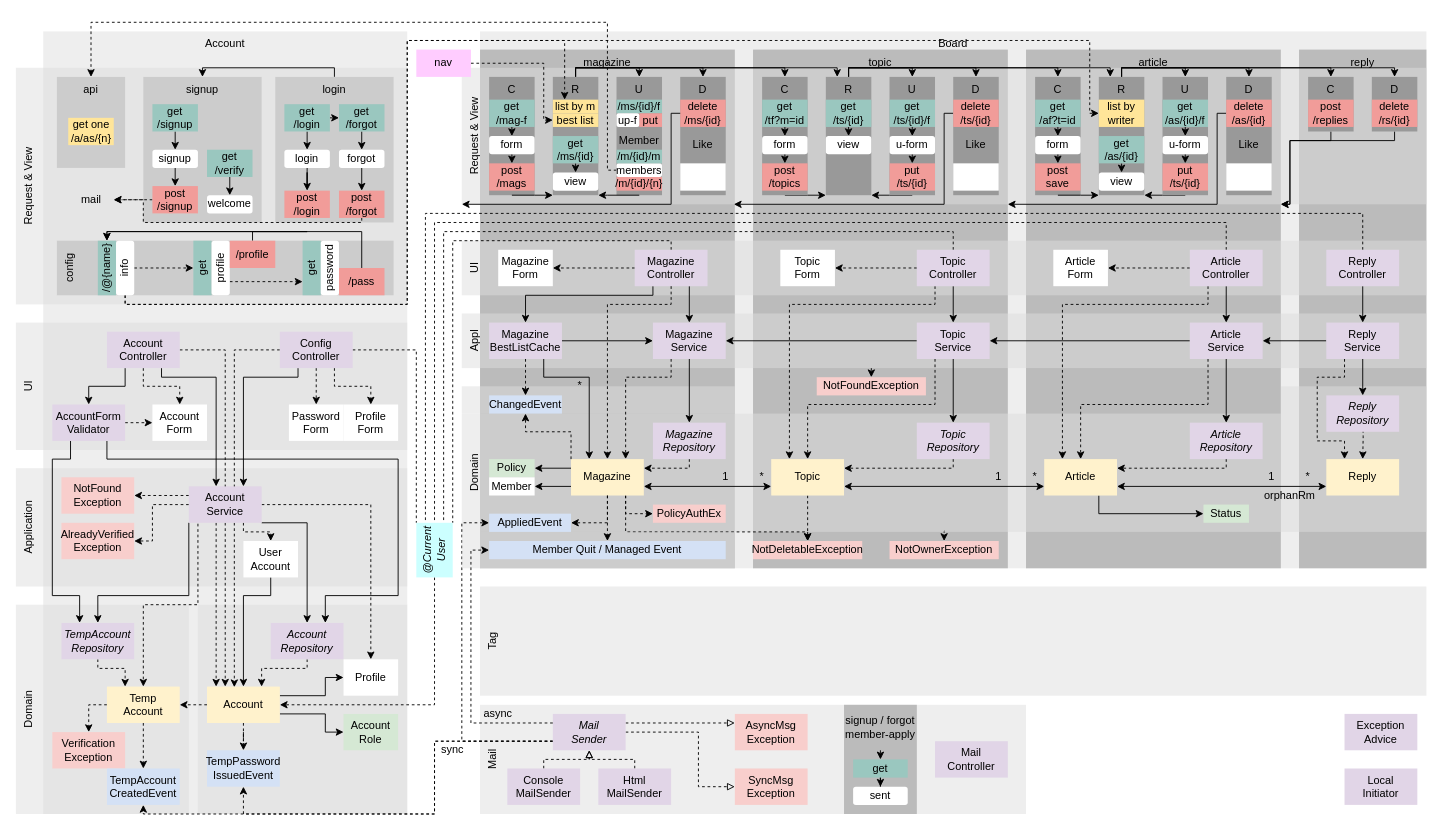
Before: diagram.drawio in suloginscene/dinner, a draw.io diagram. Source tidied: cells renumbered, new cells numbered last; positions are measured from the earlier drawing's top-left corner, leaving out a move shared by most shapes. Both pictures are drawn from the tidied source at 91%, with x=0, y=0 at pixel (15, 22).
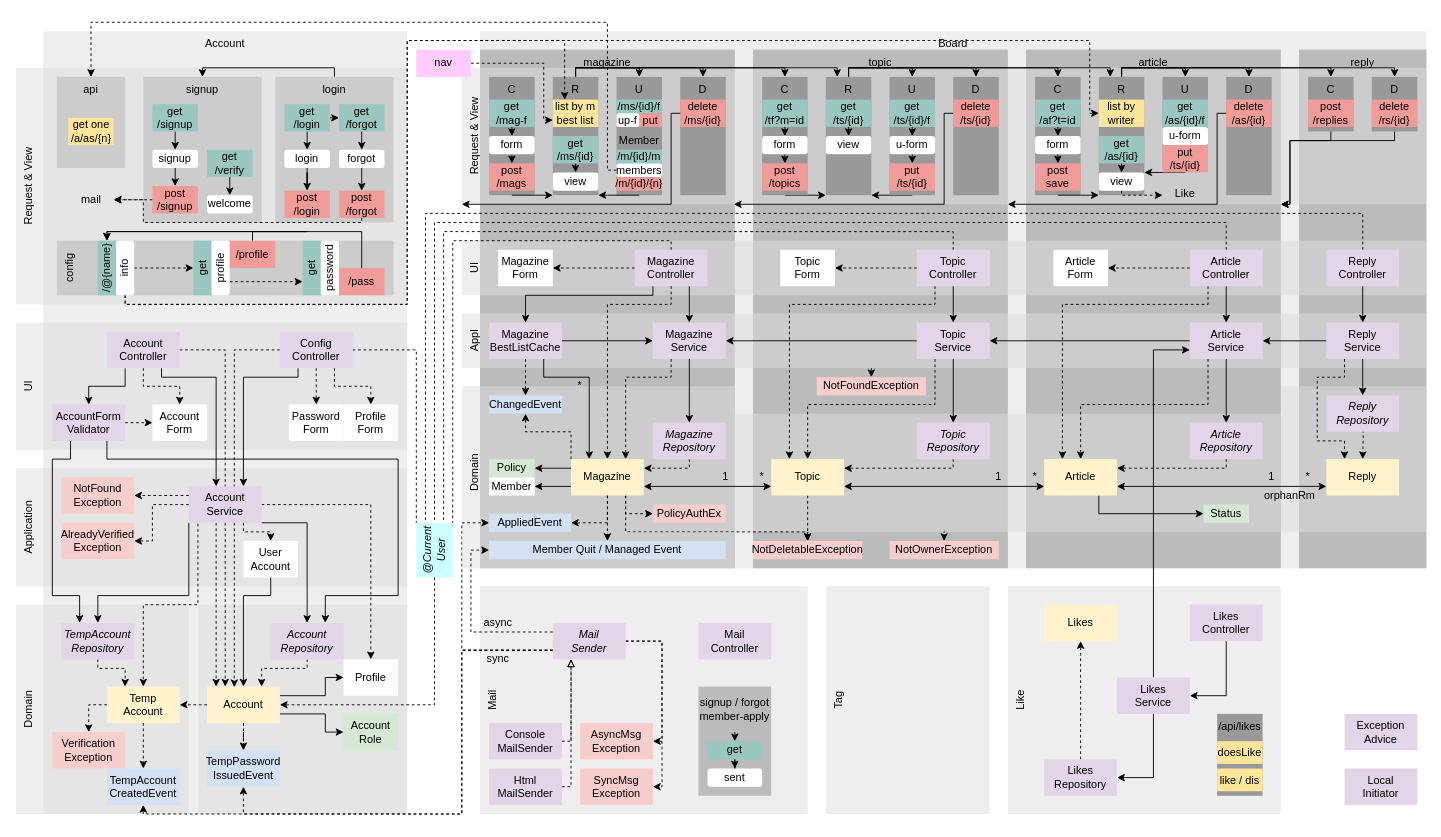
After the change.

The change refers to these unchanged cells:
```xml
<mxCell id="173" value="Article&lt;br&gt;Service" style="rounded=0;whiteSpace=wrap;html=1;strokeColor=none;fillColor=#E1D5E7;" parent="1" vertex="1">
  <mxGeometry x="1290" y="330" width="80" height="40" as="geometry" />
</mxCell>
<mxCell id="221" value="R" style="rounded=0;whiteSpace=wrap;html=1;verticalAlign=top;strokeColor=none;fillColor=#999999;" parent="1" vertex="1">
  <mxGeometry x="1190" y="60" width="50" height="130" as="geometry" />
</mxCell>
<mxCell id="224" value="view" style="rounded=1;whiteSpace=wrap;html=1;strokeColor=none;" parent="1" vertex="1">
  <mxGeometry x="1190" y="165" width="50" height="20" as="geometry" />
</mxCell>
<mxCell id="275" value="TempPassword&lt;br&gt;IssuedEvent" style="rounded=0;whiteSpace=wrap;html=1;strokeColor=none;fillColor=#D4E1F5;" parent="1" vertex="1">
  <mxGeometry x="210" y="800" width="80" height="40" as="geometry" />
</mxCell>
<mxCell id="276" value="TempAccount&lt;br&gt;CreatedEvent" style="rounded=0;whiteSpace=wrap;html=1;strokeColor=none;fillColor=#D4E1F5;" parent="1" vertex="1">
  <mxGeometry x="100" y="820" width="80" height="40" as="geometry" />
</mxCell>
<mxCell id="310" value="AppliedEvent" style="rounded=0;whiteSpace=wrap;html=1;strokeColor=none;fillColor=#D4E1F5;" parent="1" vertex="1">
  <mxGeometry x="520" y="540" width="90" height="20" as="geometry" />
</mxCell>
<mxCell id="312" value="Member Quit / Managed Event" style="rounded=0;whiteSpace=wrap;html=1;strokeColor=none;fillColor=#D4E1F5;" parent="1" vertex="1">
  <mxGeometry x="520" y="570" width="260" height="20" as="geometry" />
</mxCell>
```

What changed in the source:
```diff
@@
     <mxCell id="4" value="Mail" style="rounded=0;whiteSpace=wrap;html=1;verticalAlign=top;fillColor=#EEEEEE;strokeColor=none;horizontal=0;" parent="1" vertex="1">
-      <mxGeometry x="510" y="750" width="600" height="120" as="geometry" />
+      <mxGeometry x="510" y="620" width="360" height="250" as="geometry" />
     </mxCell>
@@
     <mxCell id="55" style="rounded=0;whiteSpace=wrap;html=1;verticalAlign=top;strokeColor=none;fillColor=#BBBBBB;" parent="1" vertex="1">
-      <mxGeometry x="910" y="750" width="80" height="120" as="geometry" />
+      <mxGeometry x="750" y="730" width="80" height="120" as="geometry" />
     </mxCell>
@@
     <mxCell id="62" value="get" style="rounded=0;whiteSpace=wrap;html=1;strokeColor=none;fillColor=#9AC7BF;" parent="1" vertex="1">
-      <mxGeometry x="920" y="810" width="60" height="20" as="geometry" />
+      <mxGeometry x="760" y="790" width="60" height="20" as="geometry" />
     </mxCell>
@@
     <mxCell id="67" value="sent" style="rounded=1;whiteSpace=wrap;html=1;strokeColor=none;" parent="1" vertex="1">
-      <mxGeometry x="920" y="840" width="60" height="20" as="geometry" />
+      <mxGeometry x="760" y="820" width="60" height="20" as="geometry" />
     </mxCell>
@@
-    <mxCell id="105" value="Like" style="rounded=1;whiteSpace=wrap;html=1;strokeColor=none;fillColor=none;" parent="1" vertex="1">
-      <mxGeometry x="730" y="125" width="50" height="20" as="geometry" />
-    </mxCell>
@@
-    <mxCell id="107" style="rounded=0;whiteSpace=wrap;html=1;fontStyle=0;strokeColor=none;" parent="1" vertex="1">
-      <mxGeometry x="730" y="155" width="50" height="30" as="geometry" />
-    </mxCell>
@@
     <mxCell id="121" value="Tag" style="rounded=0;whiteSpace=wrap;html=1;verticalAlign=top;fillColor=#EEEEEE;strokeColor=none;horizontal=0;" parent="1" vertex="1">
-      <mxGeometry x="510" y="620" width="1040" height="120" as="geometry" />
+      <mxGeometry x="890" y="620" width="180" height="250" as="geometry" />
     </mxCell>
@@
-    <mxCell id="144" style="endArrow=block;html=1;endFill=0;edgeStyle=orthogonalEdgeStyle;endSize=6;rounded=0;entryX=0.5;entryY=1;entryDx=0;entryDy=0;dashed=1;exitX=0.5;exitY=0;exitDx=0;exitDy=0;" parent="1" edge="1" source="283" target="282">
+    <mxCell id="144" style="endArrow=block;html=1;endFill=0;edgeStyle=orthogonalEdgeStyle;endSize=6;rounded=0;entryX=0.25;entryY=1;entryDx=0;entryDy=0;dashed=1;exitX=1;exitY=0.5;exitDx=0;exitDy=0;" parent="1" edge="1" source="283" target="282">
       <mxGeometry relative="1" as="geometry">
         <Array as="points">
-          <mxPoint x="580" y="810" />
-          <mxPoint x="630" y="810" />
+          <mxPoint x="610" y="790" />
         </Array>
       </mxGeometry>
     </mxCell>
@@
-    <mxCell id="202" value="Like" style="rounded=1;whiteSpace=wrap;html=1;strokeColor=none;fillColor=none;" parent="1" vertex="1">
-      <mxGeometry x="1030" y="125" width="50" height="20" as="geometry" />
-    </mxCell>
-    <mxCell id="203" style="rounded=0;whiteSpace=wrap;html=1;fontStyle=0;strokeColor=none;" parent="1" vertex="1">
-      <mxGeometry x="1030" y="155" width="50" height="30" as="geometry" />
-    </mxCell>
@@
+    <mxCell id="325" style="edgeStyle=orthogonalEdgeStyle;rounded=0;jettySize=auto;html=1;exitX=0.5;exitY=1;exitDx=0;exitDy=0;dashed=1;endArrow=classic;endFill=1;" parent="1" edge="1" source="224" target="338">
+      <mxGeometry relative="1" as="geometry">
+        <Array as="points">
+          <mxPoint x="1215" y="190" />
+        </Array>
+      </mxGeometry>
+    </mxCell>
@@
-    <mxCell id="228" value="Like" style="rounded=1;whiteSpace=wrap;html=1;strokeColor=none;fillColor=none;" parent="1" vertex="1">
-      <mxGeometry x="1330" y="125" width="50" height="20" as="geometry" />
-    </mxCell>
-    <mxCell id="229" style="rounded=0;whiteSpace=wrap;html=1;fontStyle=0;strokeColor=none;" parent="1" vertex="1">
-      <mxGeometry x="1330" y="155" width="50" height="30" as="geometry" />
-    </mxCell>
-    <mxCell id="230" style="edgeStyle=orthogonalEdgeStyle;rounded=0;jettySize=auto;html=1;exitX=0.5;exitY=1;exitDx=0;exitDy=0;entryX=1;entryY=1;entryDx=0;entryDy=0;endArrow=classic;endFill=1;" parent="1" edge="1" source="231" target="221">
+    <mxCell id="230" style="edgeStyle=orthogonalEdgeStyle;rounded=0;jettySize=auto;html=1;exitX=0.5;exitY=1;exitDx=0;exitDy=0;endArrow=classic;endFill=1;" parent="1" edge="1" source="270">
       <mxGeometry relative="1" as="geometry">
+        <mxPoint x="1240" y="165" as="targetPoint" />
         <Array as="points">
-          <mxPoint x="1260" y="190" />
-          <mxPoint x="1260" y="190" />
+          <mxPoint x="1240" y="165" />
         </Array>
       </mxGeometry>
     </mxCell>
     <mxCell id="231" value="U" style="rounded=0;whiteSpace=wrap;html=1;verticalAlign=top;strokeColor=none;fillColor=#999999;" parent="1" vertex="1">
-      <mxGeometry x="1260" y="60" width="50" height="130" as="geometry" />
+      <mxGeometry x="1260" y="60" width="50" height="100" as="geometry" />
     </mxCell>
@@
     <mxCell id="235" value="u-form" style="rounded=1;whiteSpace=wrap;html=1;strokeColor=none;" parent="1" vertex="1">
-      <mxGeometry x="1260" y="125" width="50" height="20" as="geometry" />
+      <mxGeometry x="1260" y="115" width="50" height="20" as="geometry" />
     </mxCell>
@@
     <mxCell id="270" value="put&lt;br&gt;/ts/{id}" style="rounded=0;whiteSpace=wrap;html=1;fontStyle=0;strokeColor=none;fillColor=#F19C99;" parent="1" vertex="1">
-      <mxGeometry x="1260" y="155" width="50" height="30" as="geometry" />
+      <mxGeometry x="1260" y="135" width="50" height="30" as="geometry" />
     </mxCell>
@@
     <mxCell id="277" style="edgeStyle=orthogonalEdgeStyle;rounded=0;jettySize=auto;html=1;exitX=0;exitY=0.75;exitDx=0;exitDy=0;entryX=0.5;entryY=1;entryDx=0;entryDy=0;dashed=1;" parent="1" edge="1" source="282" target="276">
       <mxGeometry relative="1" as="geometry">
         <Array as="points">
-          <mxPoint x="460" y="790" />
-          <mxPoint x="460" y="870" />
+          <mxPoint x="490" y="690" />
+          <mxPoint x="490" y="870" />
           <mxPoint x="140" y="870" />
         </Array>
       </mxGeometry>
     </mxCell>
     <mxCell id="278" style="edgeStyle=orthogonalEdgeStyle;rounded=0;jettySize=auto;html=1;exitX=0;exitY=0.75;exitDx=0;exitDy=0;entryX=0.5;entryY=1;entryDx=0;entryDy=0;dashed=1;" parent="1" edge="1" source="282" target="275">
       <mxGeometry relative="1" as="geometry">
         <Array as="points">
-          <mxPoint x="460" y="790" />
-          <mxPoint x="460" y="870" />
+          <mxPoint x="490" y="690" />
+          <mxPoint x="490" y="870" />
           <mxPoint x="250" y="870" />
         </Array>
       </mxGeometry>
     </mxCell>
-    <mxCell id="279" style="edgeStyle=orthogonalEdgeStyle;rounded=0;jettySize=auto;html=1;exitX=1;exitY=0.25;exitDx=0;exitDy=0;entryX=0;entryY=0.25;entryDx=0;entryDy=0;dashed=1;endArrow=block;endFill=0;" parent="1" edge="1" source="282" target="288">
-      <mxGeometry relative="1" as="geometry" />
+    <mxCell id="279" style="edgeStyle=orthogonalEdgeStyle;rounded=0;jettySize=auto;html=1;exitX=1;exitY=0.5;exitDx=0;exitDy=0;entryX=1;entryY=0.5;entryDx=0;entryDy=0;dashed=1;endArrow=classic;endFill=1;" parent="1" edge="1" source="282" target="288">
+      <mxGeometry relative="1" as="geometry">
+        <Array as="points">
+          <mxPoint x="710" y="680" />
+          <mxPoint x="710" y="790" />
+        </Array>
+      </mxGeometry>
     </mxCell>
-    <mxCell id="280" style="edgeStyle=orthogonalEdgeStyle;rounded=0;jettySize=auto;html=1;exitX=1;exitY=0.5;exitDx=0;exitDy=0;entryX=0;entryY=0.5;entryDx=0;entryDy=0;dashed=1;endArrow=block;endFill=0;" parent="1" edge="1" source="282" target="287">
+    <mxCell id="280" style="edgeStyle=orthogonalEdgeStyle;rounded=0;jettySize=auto;html=1;exitX=1;exitY=0.5;exitDx=0;exitDy=0;entryX=1;entryY=0.5;entryDx=0;entryDy=0;dashed=1;endArrow=classic;endFill=1;" parent="1" edge="1" source="282" target="287">
       <mxGeometry relative="1" as="geometry">
         <Array as="points">
-          <mxPoint x="750" y="780" />
-          <mxPoint x="750" y="840" />
+          <mxPoint x="710" y="680" />
+          <mxPoint x="710" y="840" />
         </Array>
       </mxGeometry>
     </mxCell>
     <mxCell id="281" style="edgeStyle=orthogonalEdgeStyle;rounded=0;jettySize=auto;html=1;exitX=0;exitY=0.75;exitDx=0;exitDy=0;entryX=0;entryY=0.5;entryDx=0;entryDy=0;dashed=1;" parent="1" edge="1" source="282" target="310">
       <mxGeometry relative="1" as="geometry">
         <Array as="points">
-          <mxPoint x="490" y="790" />
+          <mxPoint x="490" y="690" />
           <mxPoint x="490" y="550" />
         </Array>
       </mxGeometry>
     </mxCell>
     <mxCell id="282" value="&lt;span&gt;Mail&lt;br&gt;&lt;/span&gt;Sender" style="rounded=0;whiteSpace=wrap;html=1;strokeColor=none;fillColor=#E1D5E7;fontStyle=2;" parent="1" vertex="1">
-      <mxGeometry x="590" y="760" width="80" height="40" as="geometry" />
+      <mxGeometry x="590" y="660" width="80" height="40" as="geometry" />
     </mxCell>
     <mxCell id="283" value="&lt;span&gt;Console&lt;br&gt;Mail&lt;/span&gt;Sender" style="rounded=0;whiteSpace=wrap;html=1;strokeColor=none;fillColor=#E1D5E7;fontStyle=0;" parent="1" vertex="1">
-      <mxGeometry x="540" y="820" width="80" height="40" as="geometry" />
+      <mxGeometry x="520" y="770" width="80" height="40" as="geometry" />
     </mxCell>
-    <mxCell id="284" style="edgeStyle=orthogonalEdgeStyle;rounded=0;jettySize=auto;html=1;exitX=0.5;exitY=0;exitDx=0;exitDy=0;entryX=0.5;entryY=1;entryDx=0;entryDy=0;dashed=1;endArrow=block;endFill=0;" parent="1" edge="1" source="285" target="282">
+    <mxCell id="284" style="edgeStyle=orthogonalEdgeStyle;rounded=0;jettySize=auto;html=1;exitX=1;exitY=0.5;exitDx=0;exitDy=0;entryX=0.25;entryY=1;entryDx=0;entryDy=0;dashed=1;endArrow=block;endFill=0;" parent="1" edge="1" source="285" target="282">
       <mxGeometry relative="1" as="geometry">
         <Array as="points">
-          <mxPoint x="680" y="810" />
-          <mxPoint x="630" y="810" />
+          <mxPoint x="610" y="840" />
         </Array>
       </mxGeometry>
     </mxCell>
     <mxCell id="285" value="&lt;span&gt;Html&lt;br&gt;Mail&lt;/span&gt;Sender" style="rounded=0;whiteSpace=wrap;html=1;strokeColor=none;fillColor=#E1D5E7;fontStyle=0;" parent="1" vertex="1">
-      <mxGeometry x="640" y="820" width="80" height="40" as="geometry" />
+      <mxGeometry x="520" y="820" width="80" height="40" as="geometry" />
     </mxCell>
     <mxCell id="286" value="Mail&lt;br&gt;Controller" style="rounded=0;whiteSpace=wrap;html=1;strokeColor=none;fillColor=#E1D5E7;fontStyle=0;" parent="1" vertex="1">
-      <mxGeometry x="1010" y="790" width="80" height="40" as="geometry" />
+      <mxGeometry x="750" y="660" width="80" height="40" as="geometry" />
     </mxCell>
     <mxCell id="287" value="SyncMsg&lt;br&gt;Exception" style="rounded=0;whiteSpace=wrap;html=1;strokeColor=none;fontStyle=0;fillColor=#F8CECC;" parent="1" vertex="1">
-      <mxGeometry x="790" y="820" width="80" height="40" as="geometry" />
+      <mxGeometry x="620" y="820" width="80" height="40" as="geometry" />
     </mxCell>
     <mxCell id="288" value="AsyncMsg&lt;br&gt;Exception" style="rounded=0;whiteSpace=wrap;html=1;strokeColor=none;fontStyle=0;fillColor=#F8CECC;" parent="1" vertex="1">
-      <mxGeometry x="790" y="760" width="80" height="40" as="geometry" />
+      <mxGeometry x="620" y="770" width="80" height="40" as="geometry" />
     </mxCell>
@@
     <mxCell id="295" value="signup / forgot&lt;br&gt;member-apply" style="rounded=0;whiteSpace=wrap;html=1;strokeColor=none;fillColor=none;" parent="1" vertex="1">
-      <mxGeometry x="910" y="750" width="80" height="50" as="geometry" />
+      <mxGeometry x="750" y="730" width="80" height="50" as="geometry" />
     </mxCell>
@@
     <mxCell id="311" value="sync" style="rounded=1;whiteSpace=wrap;html=1;strokeColor=none;fillColor=none;" parent="1" vertex="1">
-      <mxGeometry x="460" y="790" width="40" height="20" as="geometry" />
+      <mxGeometry x="510" y="690" width="40" height="20" as="geometry" />
     </mxCell>
@@
     <mxCell id="313" value="async" style="rounded=1;whiteSpace=wrap;html=1;strokeColor=none;fillColor=none;" parent="1" vertex="1">
-      <mxGeometry x="510" y="750" width="40" height="20" as="geometry" />
+      <mxGeometry x="510" y="650" width="40" height="20" as="geometry" />
     </mxCell>
@@
     <mxCell id="315" style="edgeStyle=orthogonalEdgeStyle;rounded=0;jettySize=auto;html=1;exitX=0;exitY=0.25;exitDx=0;exitDy=0;entryX=0;entryY=0.5;entryDx=0;entryDy=0;dashed=1;" parent="1" edge="1" source="282" target="312">
       <mxGeometry relative="1" as="geometry">
         <Array as="points">
-          <mxPoint x="500" y="770" />
+          <mxPoint x="500" y="670" />
           <mxPoint x="500" y="580" />
         </Array>
       </mxGeometry>
     </mxCell>
@@
+    <mxCell id="326" value="Like" style="rounded=0;whiteSpace=wrap;html=1;verticalAlign=top;fillColor=#EEEEEE;strokeColor=none;horizontal=0;" parent="1" vertex="1">
+      <mxGeometry x="1090" y="620" width="300" height="250" as="geometry" />
+    </mxCell>
+    <mxCell id="327" value="Likes" style="rounded=0;whiteSpace=wrap;html=1;strokeColor=none;fillColor=#FFF2CC;" parent="1" vertex="1">
+      <mxGeometry x="1130" y="640" width="80" height="40" as="geometry" />
+    </mxCell>
+    <mxCell id="328" style="edgeStyle=orthogonalEdgeStyle;rounded=0;jettySize=auto;html=1;exitX=0.5;exitY=1;exitDx=0;exitDy=0;entryX=1;entryY=0.5;entryDx=0;entryDy=0;endArrow=classic;endFill=1;" parent="1" edge="1" source="329" target="332">
+      <mxGeometry relative="1" as="geometry" />
+    </mxCell>
+    <mxCell id="329" value="Likes&lt;br&gt;Controller" style="rounded=0;whiteSpace=wrap;html=1;strokeColor=none;fillColor=#E1D5E7;" parent="1" vertex="1">
+      <mxGeometry x="1290" y="640" width="80" height="40" as="geometry" />
+    </mxCell>
+    <mxCell id="330" style="edgeStyle=orthogonalEdgeStyle;rounded=0;jettySize=auto;html=1;exitX=0.5;exitY=1;exitDx=0;exitDy=0;entryX=1;entryY=0.5;entryDx=0;entryDy=0;endArrow=classic;endFill=1;" parent="1" edge="1" source="332" target="334">
+      <mxGeometry relative="1" as="geometry" />
+    </mxCell>
+    <mxCell id="331" style="edgeStyle=orthogonalEdgeStyle;rounded=0;jettySize=auto;html=1;exitX=0.5;exitY=0;exitDx=0;exitDy=0;entryX=0;entryY=0.75;entryDx=0;entryDy=0;endArrow=classic;endFill=1;" parent="1" edge="1" source="332" target="173">
+      <mxGeometry relative="1" as="geometry" />
+    </mxCell>
+    <mxCell id="332" value="Likes&lt;br&gt;Service" style="rounded=0;whiteSpace=wrap;html=1;strokeColor=none;fillColor=#E1D5E7;" parent="1" vertex="1">
+      <mxGeometry x="1210" y="720" width="80" height="40" as="geometry" />
+    </mxCell>
+    <mxCell id="333" style="edgeStyle=orthogonalEdgeStyle;rounded=0;jettySize=auto;html=1;exitX=0.5;exitY=0;exitDx=0;exitDy=0;endArrow=classic;endFill=1;dashed=1;" parent="1" edge="1" source="334" target="327">
+      <mxGeometry relative="1" as="geometry" />
+    </mxCell>
+    <mxCell id="334" value="Likes&lt;br&gt;Repository" style="rounded=0;whiteSpace=wrap;html=1;strokeColor=none;fillColor=#E1D5E7;" parent="1" vertex="1">
+      <mxGeometry x="1130" y="810" width="80" height="40" as="geometry" />
+    </mxCell>
+    <mxCell id="335" value="/api/likes" style="rounded=0;whiteSpace=wrap;html=1;verticalAlign=top;strokeColor=none;fillColor=#999999;" parent="1" vertex="1">
+      <mxGeometry x="1320" y="760" width="50" height="90" as="geometry" />
+    </mxCell>
+    <mxCell id="336" value="doesLike" style="rounded=0;whiteSpace=wrap;html=1;fontStyle=0;strokeColor=none;fillColor=#FFE599;" parent="1" vertex="1">
+      <mxGeometry x="1320" y="790" width="50" height="25" as="geometry" />
+    </mxCell>
+    <mxCell id="337" value="like / dis" style="rounded=0;whiteSpace=wrap;html=1;fontStyle=0;strokeColor=none;fillColor=#FFE599;" parent="1" vertex="1">
+      <mxGeometry x="1320" y="820" width="50" height="25" as="geometry" />
+    </mxCell>
+    <mxCell id="338" value="Like" style="rounded=0;whiteSpace=wrap;html=1;strokeColor=none;fillColor=none;" parent="1" vertex="1">
+      <mxGeometry x="1260" y="175" width="50" height="25" as="geometry" />
+    </mxCell>
```
